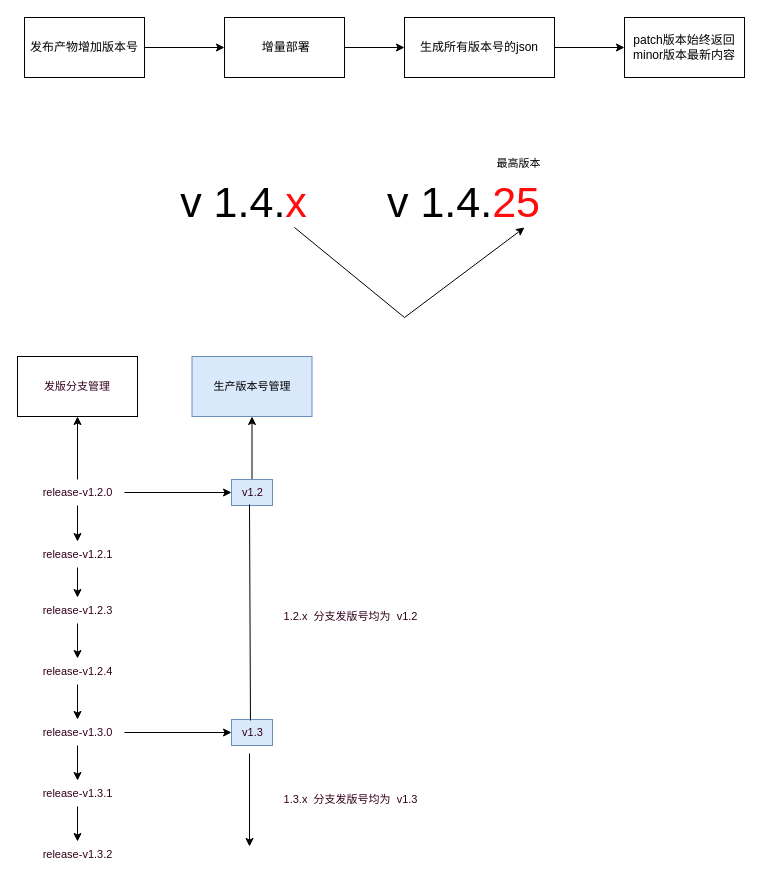
senyawang/drawio keeps this draw.io diagram as 组件平台版本化.drawio. Above is the earlier version. Source tidied: cells renumbered, new cells numbered last; positions are measured from the earlier drawing's top-left corner, leaving out a move shared by most shapes. Both pictures are drawn from the tidied source at 100%, with x=0, y=0 at pixel (17, 17).
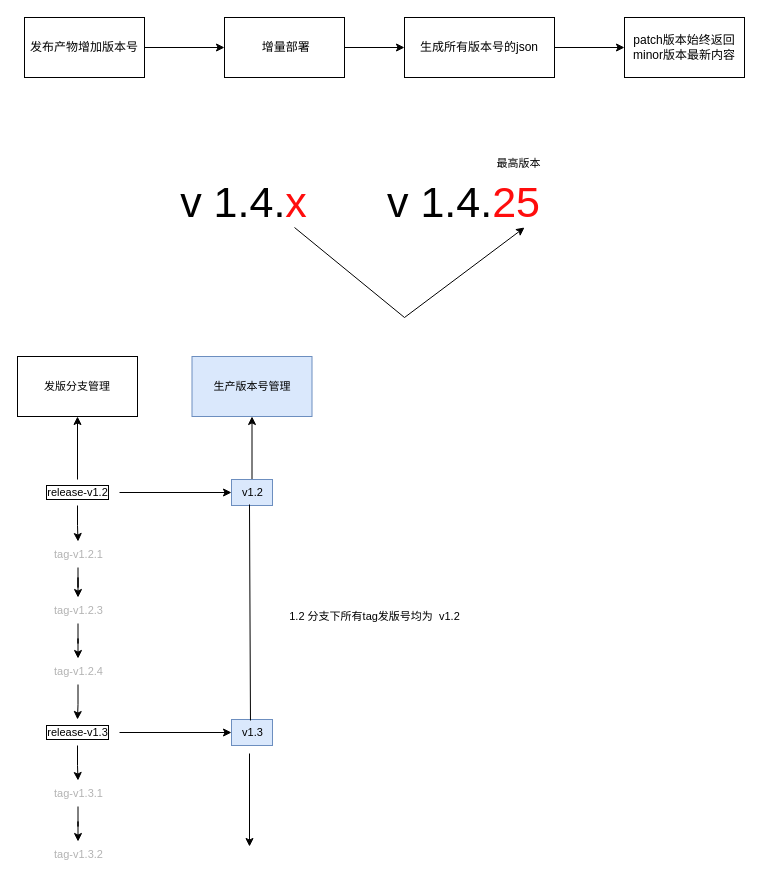
Above is the later version.

Commit message:
更新组件平台版本化.drawio

Change to the diagram source:
```diff
@@
-    <mxCell id="13" style="edgeStyle=orthogonalEdgeStyle;rounded=0;jettySize=auto;html=1;fontSize=11;fontColor=#33001A;" parent="1" edge="1" source="16" target="18">
+    <mxCell id="13" style="edgeStyle=orthogonalEdgeStyle;rounded=0;jettySize=auto;html=1;fontSize=11;fontColor=#000000;" parent="1" edge="1" source="16" target="18">
       <mxGeometry relative="1" as="geometry" />
     </mxCell>
@@
-    <mxCell id="15" style="edgeStyle=orthogonalEdgeStyle;rounded=0;jettySize=auto;html=1;fontSize=11;fontColor=#33001A;" parent="1" edge="1" source="16" target="32">
+    <mxCell id="15" style="edgeStyle=orthogonalEdgeStyle;rounded=0;jettySize=auto;html=1;fontSize=11;fontColor=#000000;" parent="1" edge="1" source="16" target="32">
       <mxGeometry relative="1" as="geometry" />
     </mxCell>
-    <mxCell id="16" value="&lt;font color=&quot;#33001a&quot;&gt;release-v1.2.0&lt;/font&gt;" style="text;html=1;align=center;verticalAlign=middle;points=[];strokeColor=none;fillColor=none;fontSize=11;fontColor=#FF0D0D;" parent="1" vertex="1">
-      <mxGeometry x="13" y="462" width="94" height="26" as="geometry" />
+    <mxCell id="16" value="&lt;font&gt;release-v1.2&lt;/font&gt;" style="text;html=1;align=center;verticalAlign=middle;points=[];strokeColor=none;fillColor=none;fontSize=11;fontColor=#000000;labelBackgroundColor=default;labelBorderColor=default;spacing=2;" parent="1" vertex="1">
+      <mxGeometry x="18" y="462" width="84" height="26" as="geometry" />
     </mxCell>
-    <mxCell id="17" style="edgeStyle=orthogonalEdgeStyle;rounded=0;jettySize=auto;html=1;fontSize=11;fontColor=#33001A;" parent="1" edge="1" source="18" target="20">
+    <mxCell id="17" style="edgeStyle=orthogonalEdgeStyle;rounded=0;jettySize=auto;html=1;fontSize=11;fontColor=#B3B3B3;" parent="1" edge="1" source="18" target="20">
       <mxGeometry relative="1" as="geometry" />
     </mxCell>
-    <mxCell id="18" value="&lt;font color=&quot;#33001a&quot;&gt;release-v1.2.1&lt;/font&gt;" style="text;html=1;align=center;verticalAlign=middle;points=[];strokeColor=none;fillColor=none;fontSize=11;fontColor=#33001A;" parent="1" vertex="1">
-      <mxGeometry x="13" y="524" width="94" height="26" as="geometry" />
+    <mxCell id="18" value="&lt;font&gt;tag-v1.2.1&lt;/font&gt;" style="text;html=1;align=center;verticalAlign=middle;points=[];strokeColor=none;fillColor=none;fontSize=11;fontColor=#B3B3B3;" parent="1" vertex="1">
+      <mxGeometry x="25" y="524" width="71" height="26" as="geometry" />
     </mxCell>
-    <mxCell id="19" style="edgeStyle=orthogonalEdgeStyle;rounded=0;jettySize=auto;html=1;fontSize=11;fontColor=#33001A;" parent="1" edge="1" source="20" target="22">
+    <mxCell id="19" style="edgeStyle=orthogonalEdgeStyle;rounded=0;jettySize=auto;html=1;fontSize=11;fontColor=#B3B3B3;" parent="1" edge="1" source="20" target="22">
       <mxGeometry relative="1" as="geometry" />
     </mxCell>
-    <mxCell id="20" value="&lt;font color=&quot;#33001a&quot;&gt;release-v1.2.3&lt;/font&gt;" style="text;html=1;align=center;verticalAlign=middle;points=[];strokeColor=none;fillColor=none;fontSize=11;fontColor=#33001A;" parent="1" vertex="1">
-      <mxGeometry x="13" y="580" width="94" height="26" as="geometry" />
+    <mxCell id="20" value="&lt;font&gt;tag-v1.2.3&lt;/font&gt;" style="text;html=1;align=center;verticalAlign=middle;points=[];strokeColor=none;fillColor=none;fontSize=11;fontColor=#B3B3B3;" parent="1" vertex="1">
+      <mxGeometry x="25" y="580" width="71" height="26" as="geometry" />
     </mxCell>
-    <mxCell id="21" style="edgeStyle=orthogonalEdgeStyle;rounded=0;jettySize=auto;html=1;fontSize=11;fontColor=#33001A;" parent="1" edge="1" source="22" target="25">
+    <mxCell id="21" style="edgeStyle=orthogonalEdgeStyle;rounded=0;jettySize=auto;html=1;fontSize=11;fontColor=#000000;" parent="1" edge="1" source="22" target="25">
       <mxGeometry relative="1" as="geometry" />
     </mxCell>
-    <mxCell id="22" value="&lt;font color=&quot;#33001a&quot;&gt;release-v1.2.4&lt;/font&gt;" style="text;html=1;align=center;verticalAlign=middle;points=[];strokeColor=none;fillColor=none;fontSize=11;fontColor=#33001A;" parent="1" vertex="1">
-      <mxGeometry x="13" y="641" width="94" height="26" as="geometry" />
+    <mxCell id="22" value="&lt;font&gt;tag-v1.2.4&lt;/font&gt;" style="text;html=1;align=center;verticalAlign=middle;points=[];strokeColor=none;fillColor=none;fontSize=11;fontColor=#B3B3B3;" parent="1" vertex="1">
+      <mxGeometry x="25" y="641" width="71" height="26" as="geometry" />
     </mxCell>
@@
-    <mxCell id="24" style="edgeStyle=orthogonalEdgeStyle;rounded=0;jettySize=auto;html=1;fontSize=11;fontColor=#33001A;" parent="1" edge="1" source="25" target="30">
+    <mxCell id="24" style="edgeStyle=orthogonalEdgeStyle;rounded=0;jettySize=auto;html=1;fontSize=11;fontColor=#000000;" parent="1" edge="1" source="25" target="30">
       <mxGeometry relative="1" as="geometry" />
     </mxCell>
-    <mxCell id="25" value="&lt;font color=&quot;#33001a&quot;&gt;release-v1.3.0&lt;/font&gt;" style="text;html=1;align=center;verticalAlign=middle;points=[];strokeColor=none;fillColor=none;fontSize=11;fontColor=#33001A;" parent="1" vertex="1">
-      <mxGeometry x="13" y="702" width="94" height="26" as="geometry" />
+    <mxCell id="25" value="&lt;font&gt;release-v1.3&lt;/font&gt;" style="text;html=1;align=center;verticalAlign=middle;points=[];strokeColor=none;fillColor=none;fontSize=11;fontColor=#000000;labelBorderColor=default;" parent="1" vertex="1">
+      <mxGeometry x="18" y="702" width="84" height="26" as="geometry" />
     </mxCell>
-    <mxCell id="26" value="&lt;font color=&quot;#33001a&quot;&gt;v1.3&lt;/font&gt;" style="text;html=1;align=center;verticalAlign=middle;points=[];strokeColor=#6c8ebf;fillColor=#dae8fc;fontSize=11;" parent="1" vertex="1">
+    <mxCell id="26" value="&lt;font&gt;v1.3&lt;/font&gt;" style="text;html=1;align=center;verticalAlign=middle;points=[];strokeColor=#6c8ebf;fillColor=#dae8fc;fontSize=11;fontColor=#000000;" parent="1" vertex="1">
       <mxGeometry x="214" y="702" width="41" height="26" as="geometry" />
     </mxCell>
@@
-    <mxCell id="28" value="&lt;font color=&quot;#33001a&quot;&gt;v1.2&lt;/font&gt;" style="text;html=1;align=center;verticalAlign=middle;points=[];strokeColor=#6c8ebf;fillColor=#dae8fc;fontSize=11;" parent="1" vertex="1">
+    <mxCell id="28" value="&lt;font&gt;v1.2&lt;/font&gt;" style="text;html=1;align=center;verticalAlign=middle;points=[];strokeColor=#6c8ebf;fillColor=#dae8fc;fontSize=11;fontColor=#000000;" parent="1" vertex="1">
       <mxGeometry x="214" y="462" width="41" height="26" as="geometry" />
     </mxCell>
-    <mxCell id="29" style="edgeStyle=orthogonalEdgeStyle;rounded=0;jettySize=auto;html=1;fontSize=11;fontColor=#33001A;" parent="1" edge="1" source="30" target="31">
+    <mxCell id="29" style="edgeStyle=orthogonalEdgeStyle;rounded=0;jettySize=auto;html=1;fontSize=11;fontColor=#B3B3B3;" parent="1" edge="1" source="30" target="31">
       <mxGeometry relative="1" as="geometry" />
     </mxCell>
-    <mxCell id="30" value="&lt;font color=&quot;#33001a&quot;&gt;release-v1.3.1&lt;/font&gt;" style="text;html=1;align=center;verticalAlign=middle;points=[];strokeColor=none;fillColor=none;fontSize=11;fontColor=#33001A;" parent="1" vertex="1">
-      <mxGeometry x="13" y="763" width="94" height="26" as="geometry" />
+    <mxCell id="30" value="&lt;font&gt;tag-v1.3.1&lt;/font&gt;" style="text;html=1;align=center;verticalAlign=middle;points=[];strokeColor=none;fillColor=none;fontSize=11;fontColor=#B3B3B3;" parent="1" vertex="1">
+      <mxGeometry x="25" y="763" width="71" height="26" as="geometry" />
     </mxCell>
-    <mxCell id="31" value="&lt;font color=&quot;#33001a&quot;&gt;release-v1.3.2&lt;/font&gt;" style="text;html=1;align=center;verticalAlign=middle;points=[];strokeColor=none;fillColor=none;fontSize=11;fontColor=#33001A;" parent="1" vertex="1">
-      <mxGeometry x="13" y="824" width="94" height="26" as="geometry" />
+    <mxCell id="31" value="&lt;font&gt;tag-v1.3.2&lt;/font&gt;" style="text;html=1;align=center;verticalAlign=middle;points=[];strokeColor=none;fillColor=none;fontSize=11;fontColor=#B3B3B3;" parent="1" vertex="1">
+      <mxGeometry x="25" y="824" width="71" height="26" as="geometry" />
     </mxCell>
-    <mxCell id="32" value="发版分支管理" style="whiteSpace=wrap;html=1;fontSize=11;fontColor=#33001A;" parent="1" vertex="1">
+    <mxCell id="32" value="发版分支管理" style="whiteSpace=wrap;html=1;fontSize=11;fontColor=#000000;" parent="1" vertex="1">
       <mxGeometry y="339" width="120" height="60" as="geometry" />
     </mxCell>
@@
-    <mxCell id="34" style="endArrow=none;html=1;rounded=0;fontSize=11;fontColor=#33001A;exitX=0.463;exitY=0.038;exitDx=0;exitDy=0;exitPerimeter=0;entryX=0.439;entryY=0.962;entryDx=0;entryDy=0;entryPerimeter=0;" parent="1" edge="1" source="26" target="28">
+    <mxCell id="34" style="endArrow=none;html=1;rounded=0;fontSize=11;fontColor=#000000;exitX=0.463;exitY=0.038;exitDx=0;exitDy=0;exitPerimeter=0;entryX=0.439;entryY=0.962;entryDx=0;entryDy=0;entryPerimeter=0;" parent="1" edge="1" source="26" target="28">
       <mxGeometry relative="1" as="geometry" />
     </mxCell>
-    <mxCell id="35" style="endArrow=classic;html=1;rounded=0;fontSize=11;fontColor=#33001A;" parent="1" edge="1">
+    <mxCell id="35" style="endArrow=classic;html=1;rounded=0;fontSize=11;fontColor=#000000;" parent="1" edge="1">
       <mxGeometry relative="1" as="geometry">
         <mxPoint x="232" y="736" as="sourcePoint" />
         <mxPoint x="232" y="829" as="targetPoint" />
       </mxGeometry>
     </mxCell>
-    <mxCell id="36" value="1.2.x&amp;nbsp; 分支发版号均为&amp;nbsp; v1.2" style="text;html=1;align=center;verticalAlign=middle;strokeColor=none;fillColor=none;fontSize=11;fontColor=#33001A;" parent="1" vertex="1">
-      <mxGeometry x="251" y="586" width="164" height="26" as="geometry" />
+    <mxCell id="36" value="1.2 分支下所有tag发版号均为&amp;nbsp; v1.2" style="text;html=1;align=center;verticalAlign=middle;strokeColor=none;fillColor=none;fontSize=11;fontColor=#000000;" parent="1" vertex="1">
+      <mxGeometry x="255" y="586" width="204" height="26" as="geometry" />
     </mxCell>
-    <mxCell id="37" value="1.3.x&amp;nbsp; 分支发版号均为&amp;nbsp; v1.3" style="text;html=1;align=center;verticalAlign=middle;strokeColor=none;fillColor=none;fontSize=11;fontColor=#33001A;" parent="1" vertex="1">
-      <mxGeometry x="251" y="769" width="164" height="26" as="geometry" />
-    </mxCell>
```
